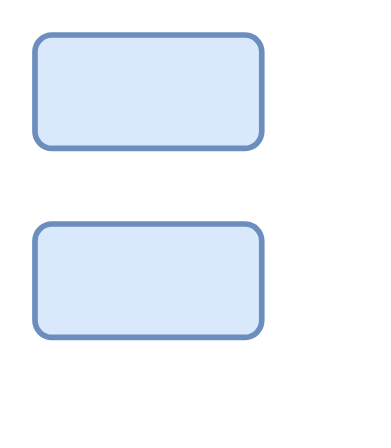
Before: taki.drawio in AnonAnonAnonAnonAnon/Figure_live, a draw.io diagram. Source tidied: cells renumbered, new cells numbered last; positions are measured from the earlier drawing's top-left corner, leaving out a move shared by most shapes. Both pictures are drawn from the tidied source at 189%, with x=0, y=0 at pixel (34, 34).
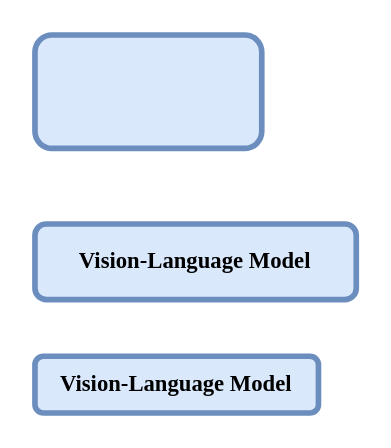
After the change.

Diff of the diagram source:
```diff
@@
 <mxGraphModel>
   <root>
     <mxCell id="0" />
     <mxCell id="1" parent="0" />
     <mxCell id="2" style="rounded=1;whiteSpace=wrap;html=1;strokeWidth=3;fillColor=#dae8fc;strokeColor=#6c8ebf;" parent="1" vertex="1">
       <mxGeometry width="120" height="60" as="geometry" />
     </mxCell>
-    <mxCell id="3" style="rounded=1;whiteSpace=wrap;html=1;strokeWidth=3;fillColor=#dae8fc;strokeColor=#6c8ebf;" parent="1" vertex="1">
-      <mxGeometry y="100" width="120" height="60" as="geometry" />
+    <mxCell id="3" value="&lt;font face=&quot;Times New Roman&quot;&gt;&lt;b&gt;&lt;span&gt;&lt;span&gt;Vision-Language Model&lt;/span&gt;&lt;/span&gt;&lt;/b&gt;&lt;/font&gt;" style="rounded=1;whiteSpace=wrap;html=1;strokeWidth=3;fillColor=#dae8fc;strokeColor=#6c8ebf;" parent="1" vertex="1">
+      <mxGeometry y="100" width="170" height="40" as="geometry" />
     </mxCell>
+    <mxCell id="4" value="&lt;font face=&quot;Times New Roman&quot;&gt;&lt;b&gt;&lt;span&gt;&lt;span&gt;Vision-Language Model&lt;/span&gt;&lt;/span&gt;&lt;/b&gt;&lt;/font&gt;" style="rounded=1;whiteSpace=wrap;html=1;strokeWidth=3;fillColor=#dae8fc;strokeColor=#6c8ebf;" parent="1" vertex="1">
+      <mxGeometry y="170" width="150" height="30" as="geometry" />
+    </mxCell>
   </root>
 </mxGraphModel>
```
